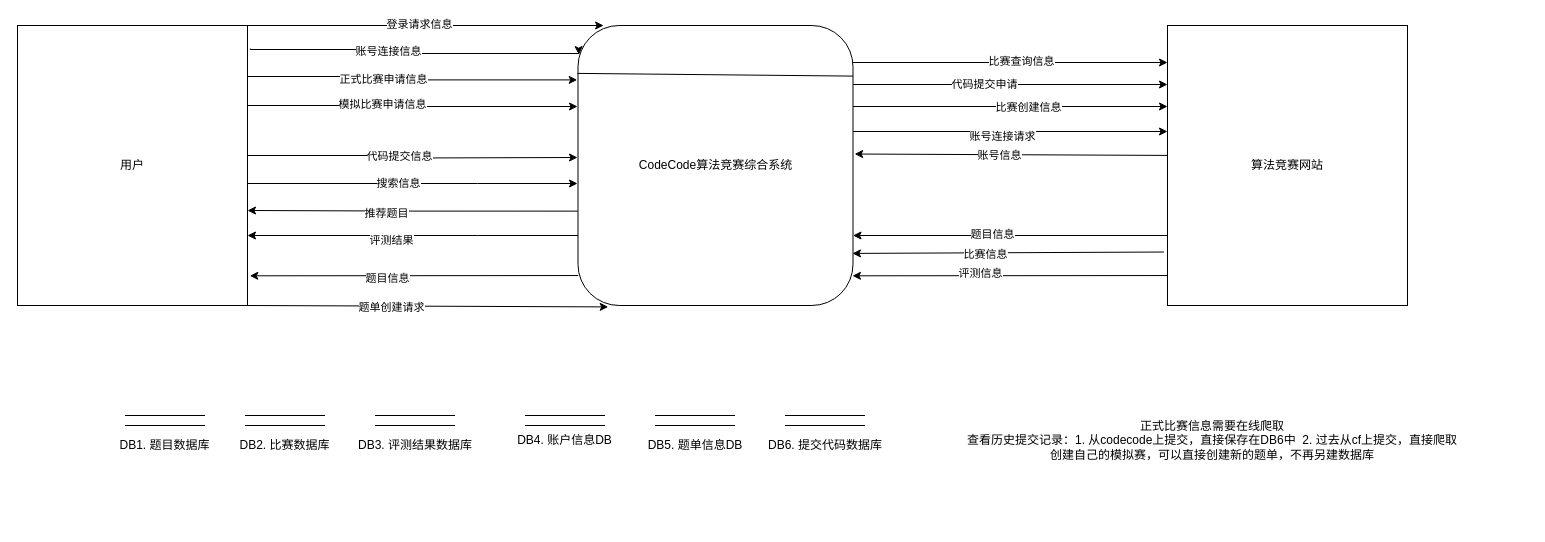
The draw.io diagram 分析文档/顶层流图.drawio in 12MegaA21/CodeCode, before the edit. Source tidied: cells renumbered, new cells numbered last; positions are measured from the earlier drawing's top-left corner, leaving out a move shared by most shapes. Both pictures are drawn from the tidied source at 100%, with x=0, y=0 at pixel (17, 25).
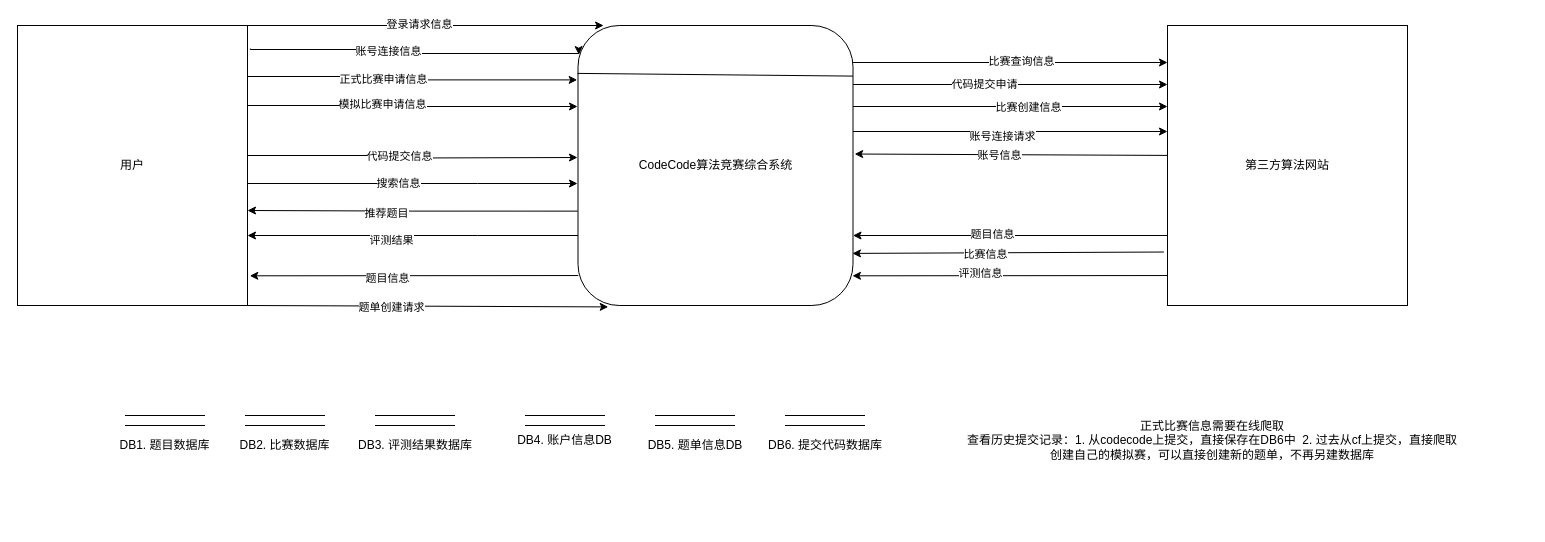
The same diagram, later.

Diff of the diagram source:
```diff
@@
-    <mxCell id="4" value="算法竞赛网站" style="rounded=0;whiteSpace=wrap;html=1;" parent="1" vertex="1">
+    <mxCell id="4" value="第三方算法网站" style="rounded=0;whiteSpace=wrap;html=1;" parent="1" vertex="1">
       <mxGeometry x="1150" width="240" height="280" as="geometry" />
     </mxCell>
```
